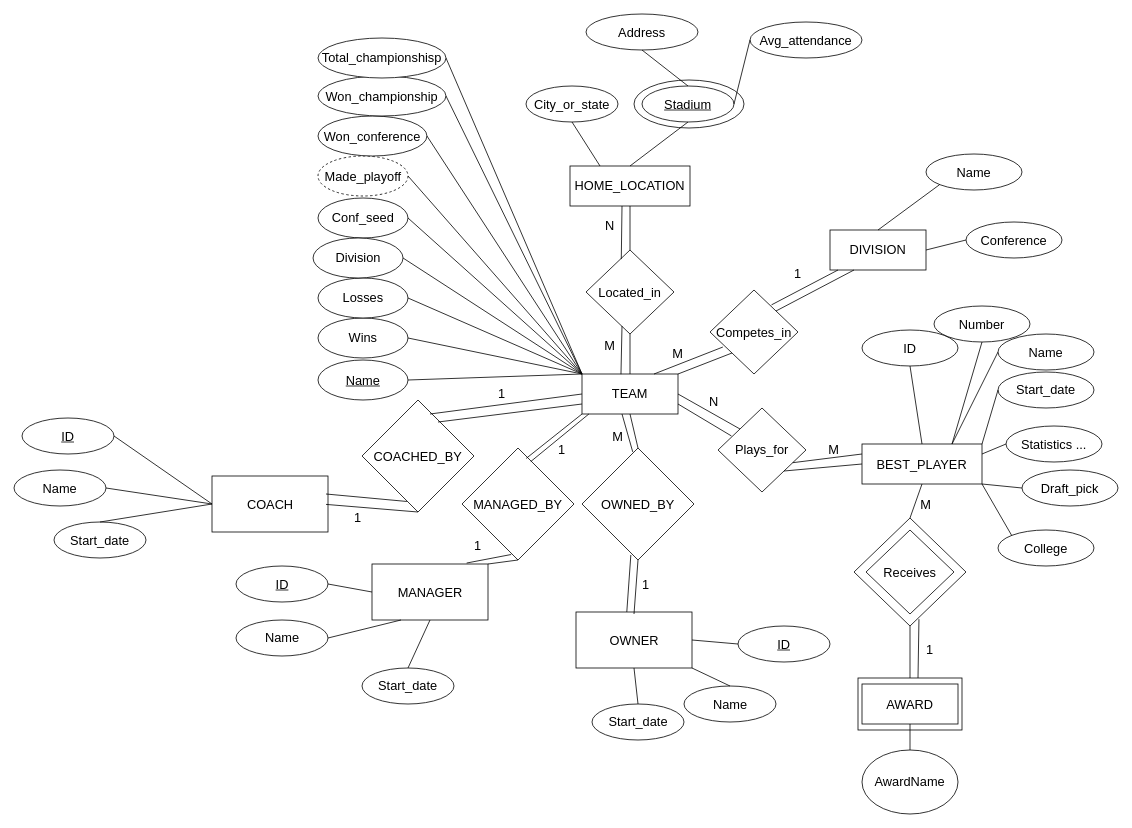
diegomess1908/NBADatabase22-23 keeps this draw.io diagram as Schema/NBA DB.drawio. Above is the earlier version. Source tidied: cells renumbered, new cells numbered last; positions are measured from the earlier drawing's top-left corner, leaving out a move shared by most shapes. Both pictures are drawn from the tidied source at 80%, with x=0, y=0 at pixel (14, 14).
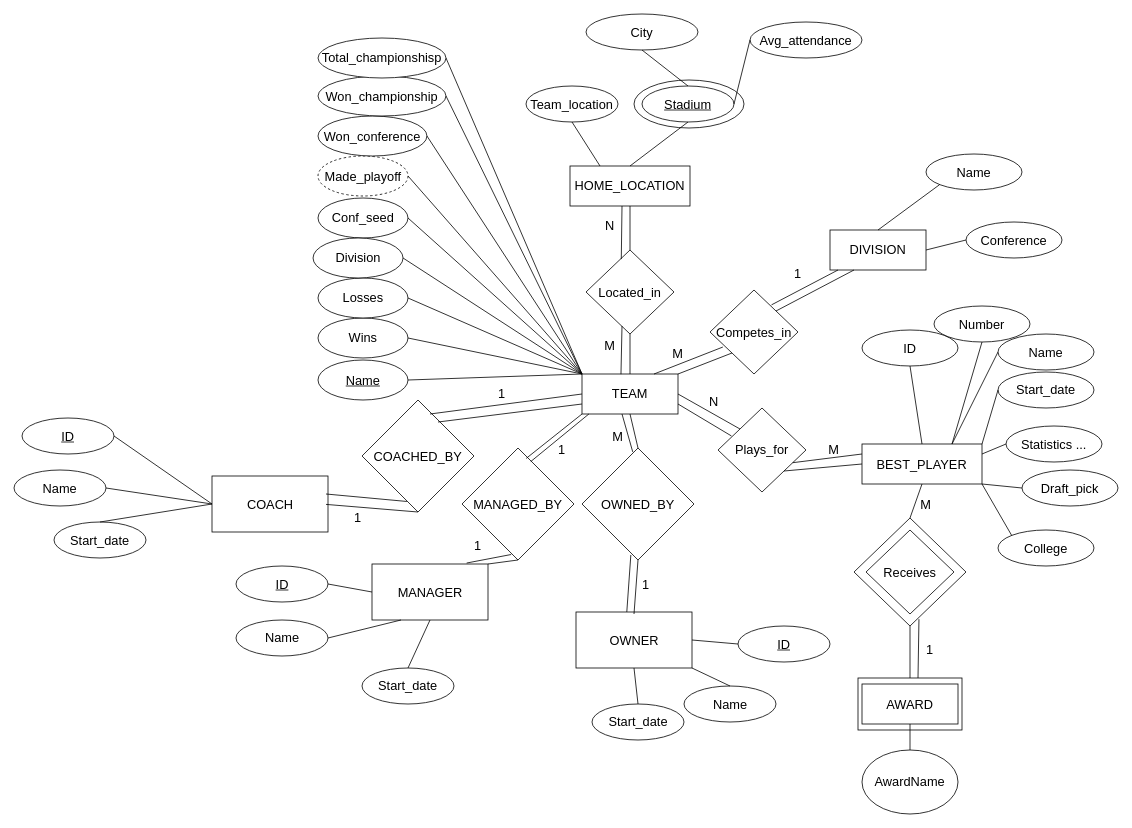
Above is the later version.

Change to the diagram source:
```diff
@@
-    <mxCell id="83" value="City_or_state" style="ellipse;whiteSpace=wrap;html=1;fontSize=16;" parent="1" vertex="1">
+    <mxCell id="83" value="Team_location" style="ellipse;whiteSpace=wrap;html=1;fontSize=16;" parent="1" vertex="1">
       <mxGeometry x="640" y="90" width="115" height="45" as="geometry" />
     </mxCell>
@@
-    <mxCell id="88" value="Address" style="ellipse;whiteSpace=wrap;html=1;fontSize=16;" parent="1" vertex="1">
+    <mxCell id="88" value="City" style="ellipse;whiteSpace=wrap;html=1;fontSize=16;" parent="1" vertex="1">
       <mxGeometry x="715" width="140" height="45" as="geometry" />
     </mxCell>
```
